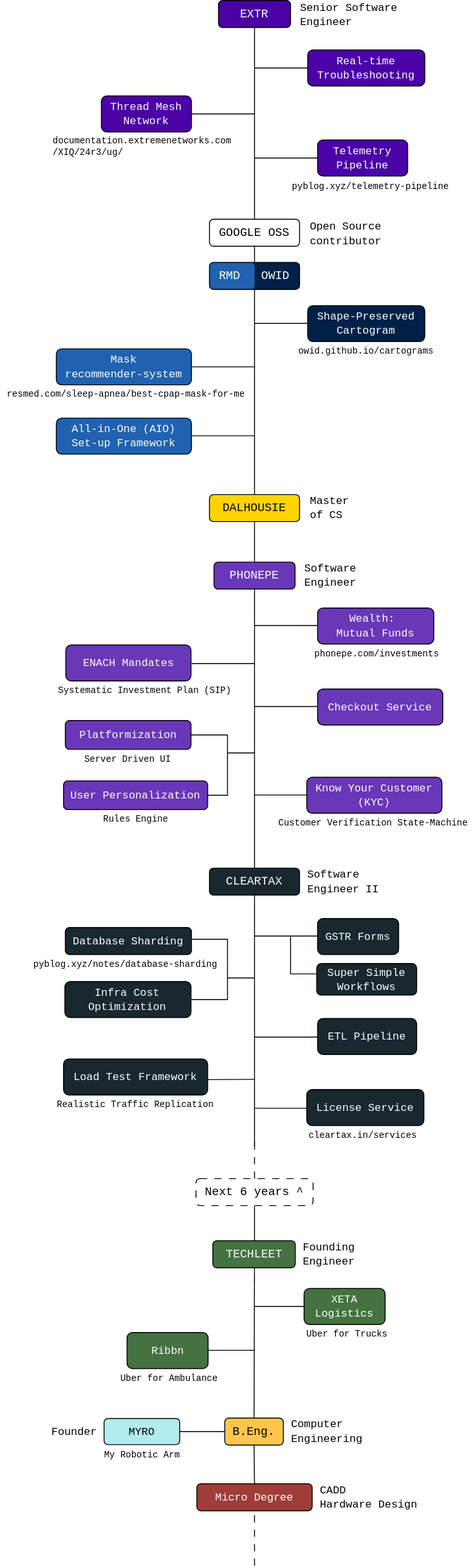
addu390/addu390.github.io keeps this draw.io diagram as assets/img/profile/things-i-have-done.svg. Above is the earlier version. Source tidied: cells renumbered, new cells last; positions are measured from the earlier drawing's top-left corner, leaving out a move shared by most shapes.
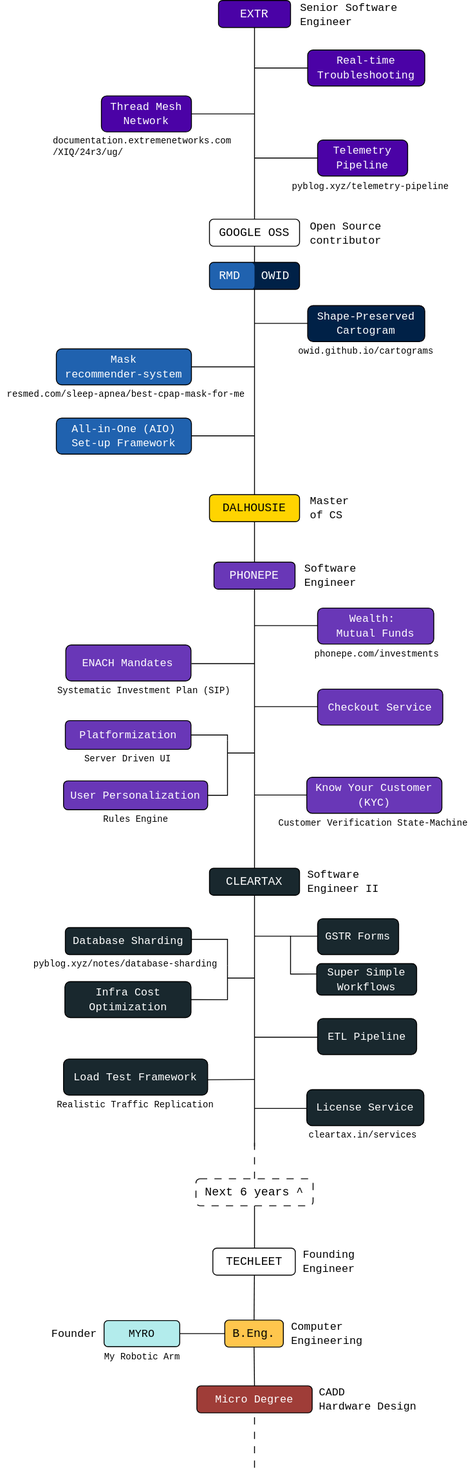
Later version of the same file.

Diff of the diagram source:
```diff
@@ -8,12 +8,6 @@
         <mxPoint x="352" y="1230.8" as="targetPoint" />
       </mxGeometry>
     </mxCell>
-    <mxCell id="3" style="endArrow=none;html=1;rounded=0;entryX=0;entryY=0.5;entryDx=0;entryDy=0;" parent="1" edge="1">
-      <mxGeometry relative="1" as="geometry">
-        <mxPoint x="226.9" y="1499.7" as="sourcePoint" />
-        <mxPoint x="281.9" y="1499.7" as="targetPoint" />
-      </mxGeometry>
-    </mxCell>
     <mxCell id="4" style="endArrow=none;html=1;rounded=0;entryX=0;entryY=0.5;entryDx=0;entryDy=0;" parent="1" edge="1">
       <mxGeometry relative="1" as="geometry">
         <mxPoint x="282" y="358.7" as="sourcePoint" />
@@ -292,10 +286,10 @@
       </mxGeometry>
     </mxCell>
     <mxCell id="70" value="&lt;font face=&quot;monospace, monospace&quot;&gt;Founder&lt;/font&gt;" style="text;html=1;align=left;verticalAlign=middle;whiteSpace=wrap;rounded=0;" parent="1" vertex="1">
-      <mxGeometry x="55" y="1582" width="58" height="16" as="geometry" />
+      <mxGeometry x="55" y="1473" width="58" height="16" as="geometry" />
     </mxCell>
     <mxCell id="71" value="&lt;font face=&quot;monospace, monospace&quot;&gt;Founding&lt;/font&gt;&lt;div&gt;&lt;font face=&quot;monospace, monospace&quot;&gt;Engineer&lt;/font&gt;&lt;/div&gt;" style="text;html=1;align=left;verticalAlign=middle;whiteSpace=wrap;rounded=0;" parent="1" vertex="1">
-      <mxGeometry x="334" y="1378" width="58" height="30" as="geometry" />
+      <mxGeometry x="334" y="1386" width="58" height="30" as="geometry" />
     </mxCell>
     <mxCell id="72" style="endArrow=none;html=1;rounded=0;exitX=0.5;exitY=0;exitDx=0;exitDy=0;" parent="1" edge="1" source="76">
       <mxGeometry relative="1" as="geometry">
@@ -303,51 +297,34 @@
       </mxGeometry>
     </mxCell>
     <mxCell id="73" value="&lt;font face=&quot;monospace, monospace&quot; style=&quot;font-size: 12px;&quot;&gt;Micro Degree&lt;/font&gt;" style="rounded=1;whiteSpace=wrap;html=1;fillColor=#9f3d38;strokeColor=#000000;fontColor=#ffffff;" parent="1" vertex="1">
-      <mxGeometry x="218" y="1648" width="128" height="30" as="geometry" />
+      <mxGeometry x="218" y="1539" width="128" height="30" as="geometry" />
     </mxCell>
-    <mxCell id="74" value="&lt;font style=&quot;font-size: 13px;&quot; face=&quot;monospace, monospace&quot;&gt;TECHLEET&lt;/font&gt;" style="rounded=1;whiteSpace=wrap;html=1;fillColor=#447240;strokeColor=#000000;fontColor=#FFFFFF;" parent="1" vertex="1">
-      <mxGeometry x="235.8" y="1378" width="91.5" height="30" as="geometry" />
+    <mxCell id="74" value="&lt;font face=&quot;monospace, monospace&quot; style=&quot;font-size: 13px;&quot;&gt;TECHLEET&lt;/font&gt;" style="rounded=1;whiteSpace=wrap;html=1;fillColor=#ffffff;strokeColor=#000000;fontColor=#000000;" parent="1" vertex="1">
+      <mxGeometry x="235.8" y="1386" width="91.5" height="30" as="geometry" />
     </mxCell>
     <mxCell id="75" value="&lt;font face=&quot;monospace, monospace&quot;&gt;Computer&lt;/font&gt;&lt;div&gt;&lt;font face=&quot;monospace, monospace&quot;&gt;Engineering&lt;/font&gt;&lt;/div&gt;" style="text;html=1;align=left;verticalAlign=middle;whiteSpace=wrap;rounded=0;" parent="1" vertex="1">
-      <mxGeometry x="320.5" y="1575" width="91" height="30" as="geometry" />
+      <mxGeometry x="320.5" y="1466" width="91" height="30" as="geometry" />
     </mxCell>
     <mxCell id="76" value="&lt;font face=&quot;monospace, monospace&quot;&gt;&lt;span style=&quot;font-size: 13px;&quot;&gt;B.Eng.&lt;/span&gt;&lt;/font&gt;" style="rounded=1;whiteSpace=wrap;html=1;fillColor=#ffc64d;" parent="1" vertex="1">
-      <mxGeometry x="249" y="1575" width="65" height="30" as="geometry" />
+      <mxGeometry x="249" y="1466" width="65" height="30" as="geometry" />
     </mxCell>
     <mxCell id="77" value="&lt;font face=&quot;monospace, monospace&quot;&gt;CADD&lt;/font&gt;&lt;div&gt;&lt;font face=&quot;monospace, monospace&quot;&gt;Hardware Design&lt;/font&gt;&lt;/div&gt;" style="text;html=1;align=left;verticalAlign=middle;whiteSpace=wrap;rounded=0;" parent="1" vertex="1">
-      <mxGeometry x="352.5" y="1648" width="125.5" height="30" as="geometry" />
+      <mxGeometry x="352.5" y="1539" width="125.5" height="30" as="geometry" />
     </mxCell>
     <mxCell id="78" style="endArrow=none;html=1;rounded=0;entryX=0.5;entryY=1;entryDx=0;entryDy=0;exitX=0.5;exitY=0;exitDx=0;exitDy=0;" parent="1" edge="1" source="73" target="76">
       <mxGeometry relative="1" as="geometry" />
     </mxCell>
     <mxCell id="79" style="endArrow=none;html=1;rounded=0;dashed=1;dashPattern=8 8;entryX=0.5;entryY=1;entryDx=0;entryDy=0;" parent="1" edge="1" target="73">
       <mxGeometry relative="1" as="geometry">
-        <mxPoint x="282" y="1739" as="sourcePoint" />
+        <mxPoint x="282" y="1630" as="sourcePoint" />
       </mxGeometry>
     </mxCell>
     <mxCell id="80" value="&lt;font face=&quot;monospace, monospace&quot;&gt;MYRO&lt;/font&gt;" style="rounded=1;whiteSpace=wrap;html=1;fillColor=#b3ecec;" parent="1" vertex="1">
-      <mxGeometry x="115" y="1575.5" width="84" height="29" as="geometry" />
+      <mxGeometry x="115" y="1466.5" width="84" height="29" as="geometry" />
     </mxCell>
     <mxCell id="81" style="endArrow=none;html=1;rounded=0;entryX=0;entryY=0.5;entryDx=0;entryDy=0;exitX=1;exitY=0.5;exitDx=0;exitDy=0;" parent="1" edge="1" source="80" target="76">
       <mxGeometry relative="1" as="geometry" />
     </mxCell>
-    <mxCell id="82" value="&lt;font style=&quot;font-size: 12px;&quot; face=&quot;monospace, monospace&quot;&gt;XETA Logistics&lt;/font&gt;" style="rounded=1;whiteSpace=wrap;html=1;fillColor=#447240;strokeColor=#000000;fontColor=#FFFFFF;" parent="1" vertex="1">
-      <mxGeometry x="337" y="1431" width="90" height="40" as="geometry" />
-    </mxCell>
-    <mxCell id="83" style="endArrow=none;html=1;rounded=0;entryX=0;entryY=0.5;entryDx=0;entryDy=0;" parent="1" edge="1" target="82">
-      <mxGeometry relative="1" as="geometry">
-        <mxPoint x="282" y="1451" as="sourcePoint" />
-      </mxGeometry>
-    </mxCell>
-    <mxCell id="84" value="&lt;font style=&quot;font-size: 12px;&quot; face=&quot;monospace, monospace&quot;&gt;Ribbn&lt;/font&gt;" style="rounded=1;whiteSpace=wrap;html=1;fillColor=#447240;strokeColor=#000000;fontColor=#FFFFFF;" parent="1" vertex="1">
-      <mxGeometry x="140.5" y="1480" width="90" height="40" as="geometry" />
-    </mxCell>
-    <mxCell id="85" value="&lt;font face=&quot;monospace, monospace&quot; style=&quot;font-size: 10px;&quot;&gt;Uber for Trucks&lt;/font&gt;" style="text;html=1;align=center;verticalAlign=middle;whiteSpace=wrap;rounded=0;" parent="1" vertex="1">
-      <mxGeometry x="335" y="1471" width="100" height="20" as="geometry" />
-    </mxCell>
-    <mxCell id="86" value="&lt;font face=&quot;monospace, monospace&quot; style=&quot;font-size: 10px;&quot;&gt;Uber for Ambulance&lt;/font&gt;" style="text;html=1;align=center;verticalAlign=middle;whiteSpace=wrap;rounded=0;" parent="1" vertex="1">
-      <mxGeometry x="128.5" y="1520" width="116.5" height="20" as="geometry" />
-    </mxCell>
     <mxCell id="87" value="&lt;font face=&quot;monospace, monospace&quot;&gt;&lt;span style=&quot;font-size: 10px;&quot;&gt;pyblog.xyz/notes/database-sharding&lt;/span&gt;&lt;/font&gt;" style="text;html=1;align=center;verticalAlign=middle;whiteSpace=wrap;rounded=0;" parent="1" vertex="1">
       <mxGeometry x="28" y="1060" width="222" height="20" as="geometry" />
     </mxCell>
@@ -361,7 +338,7 @@
       <mxGeometry x="89" y="899" width="123" height="20" as="geometry" />
     </mxCell>
     <mxCell id="91" value="&lt;font face=&quot;monospace, monospace&quot; style=&quot;font-size: 10px;&quot;&gt;My Robotic Arm&lt;/font&gt;" style="text;html=1;align=center;verticalAlign=middle;whiteSpace=wrap;rounded=0;" parent="1" vertex="1">
-      <mxGeometry x="98.8" y="1604.5" width="116.5" height="20" as="geometry" />
+      <mxGeometry x="98.8" y="1495.5" width="116.5" height="20" as="geometry" />
     </mxCell>
     <mxCell id="92" value="&lt;font face=&quot;monospace, monospace&quot;&gt;License Service&lt;/font&gt;" style="rounded=1;whiteSpace=wrap;html=1;fillColor=#19282e;fontColor=#ffffff;" parent="1" vertex="1">
       <mxGeometry x="340" y="1210" width="130" height="40" as="geometry" />
```
